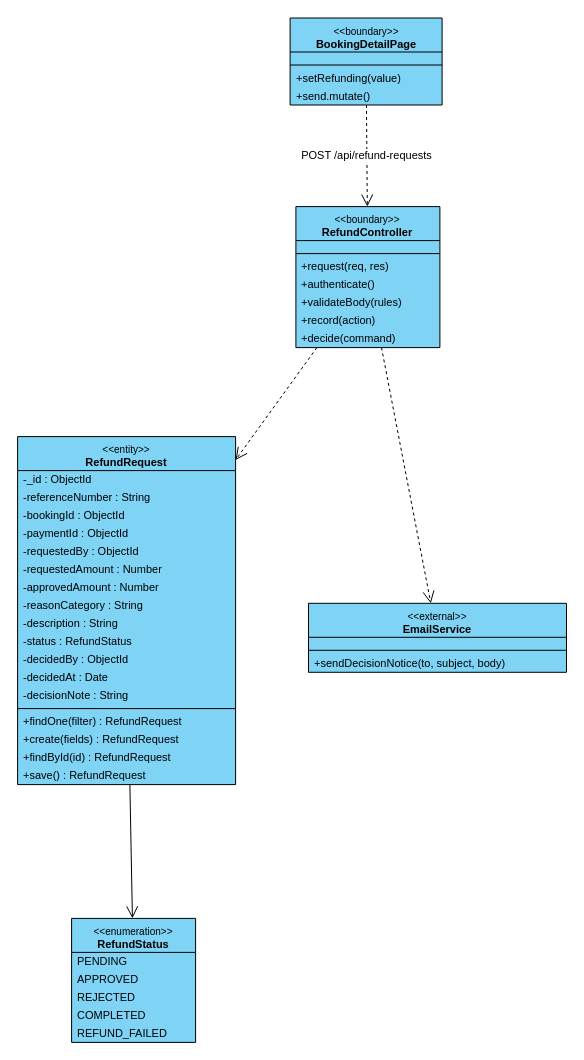
This is final/diagrams/M4_Billing-And-Payment_Diagrams/class_diagrams/CD-15_UC-C17_RequestRefund.drawio from toikobi401/SWD392, a draw.io file, before an edit. Source tidied: cells renumbered, new cells numbered last; positions are measured from the earlier drawing's top-left corner, leaving out a move shared by most shapes. Both pictures are drawn from the tidied source at 100%, with x=0, y=0 at pixel (17, 17).
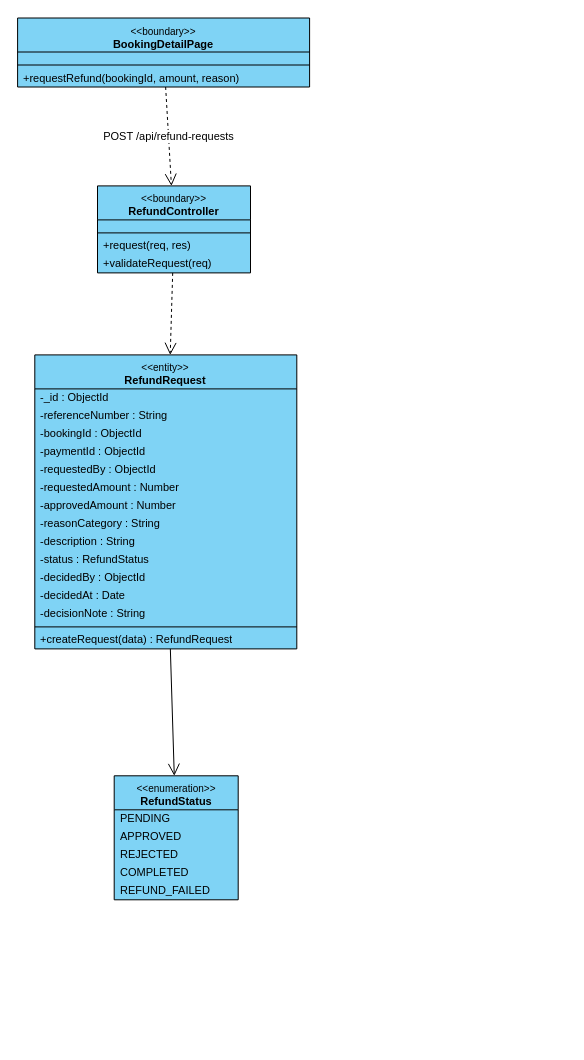
After the change.

The edit, as a diff of the source:
```diff
@@
     <mxCell id="2" value="&lt;font style=&quot;font-size:10px&quot;&gt;&amp;lt;&amp;lt;boundary&amp;gt;&amp;gt;&lt;/font&gt;&lt;br&gt;&lt;b&gt;BookingDetailPage&lt;/b&gt;" style="swimlane;fontStyle=0;align=center;verticalAlign=top;horizontal=1;startSize=34;html=1;whiteSpace=wrap;fontSize=11;fillColor=#7fd3f5;swimlaneFillColor=#7fd3f5;strokeColor=#000000;" parent="1" vertex="1">
-      <mxGeometry x="272.6" y="0.5" width="152" height="87" as="geometry" />
+      <mxGeometry x="0.1" y="0.5" width="292" height="69" as="geometry" />
     </mxCell>
     <mxCell id="3" style="text;strokeColor=none;fillColor=none;html=1;" parent="2" vertex="1">
-      <mxGeometry y="34" width="152" height="9" as="geometry" />
+      <mxGeometry y="34" width="292" height="9" as="geometry" />
     </mxCell>
     <mxCell id="4" style="line;strokeWidth=1;fillColor=none;align=left;verticalAlign=middle;spacingTop=-1;spacingLeft=3;spacingRight=3;labelPosition=right;strokeColor=#000000;" parent="2" vertex="1">
-      <mxGeometry y="43" width="152" height="8" as="geometry" />
+      <mxGeometry y="43" width="292" height="8" as="geometry" />
     </mxCell>
-    <mxCell id="5" value="+setRefunding(value)" style="text;strokeColor=none;fillColor=none;align=left;verticalAlign=middle;spacingLeft=4;spacingRight=4;overflow=hidden;whiteSpace=nowrap;html=1;fontSize=11;" parent="2" vertex="1">
-      <mxGeometry y="51" width="152" height="18" as="geometry" />
+    <mxCell id="5" value="+requestRefund(bookingId, amount, reason)" style="text;strokeColor=none;fillColor=none;align=left;verticalAlign=middle;spacingLeft=4;spacingRight=4;overflow=hidden;whiteSpace=nowrap;html=1;fontSize=11;" parent="2" vertex="1">
+      <mxGeometry y="51" width="292" height="18" as="geometry" />
     </mxCell>
-    <mxCell id="6" value="+send.mutate()" style="text;strokeColor=none;fillColor=none;align=left;verticalAlign=middle;spacingLeft=4;spacingRight=4;overflow=hidden;whiteSpace=nowrap;html=1;fontSize=11;" parent="2" vertex="1">
-      <mxGeometry y="69" width="152" height="18" as="geometry" />
-    </mxCell>
     <mxCell id="7" value="&lt;font style=&quot;font-size:10px&quot;&gt;&amp;lt;&amp;lt;boundary&amp;gt;&amp;gt;&lt;/font&gt;&lt;br&gt;&lt;b&gt;RefundController&lt;/b&gt;" style="swimlane;fontStyle=0;align=center;verticalAlign=top;horizontal=1;startSize=34;html=1;whiteSpace=wrap;fontSize=11;fillColor=#7fd3f5;swimlaneFillColor=#7fd3f5;strokeColor=#000000;" parent="1" vertex="1">
-      <mxGeometry x="278.4" y="189.1" width="144" height="141" as="geometry" />
+      <mxGeometry x="80" y="168.4" width="153" height="87" as="geometry" />
     </mxCell>
     <mxCell id="8" style="text;strokeColor=none;fillColor=none;html=1;" parent="7" vertex="1">
-      <mxGeometry y="34" width="144" height="9" as="geometry" />
+      <mxGeometry y="34" width="153" height="9" as="geometry" />
     </mxCell>
     <mxCell id="9" style="line;strokeWidth=1;fillColor=none;align=left;verticalAlign=middle;spacingTop=-1;spacingLeft=3;spacingRight=3;labelPosition=right;strokeColor=#000000;" parent="7" vertex="1">
-      <mxGeometry y="43" width="144" height="8" as="geometry" />
+      <mxGeometry y="43" width="153" height="8" as="geometry" />
     </mxCell>
     <mxCell id="10" value="+request(req, res)" style="text;strokeColor=none;fillColor=none;align=left;verticalAlign=middle;spacingLeft=4;spacingRight=4;overflow=hidden;whiteSpace=nowrap;html=1;fontSize=11;" parent="7" vertex="1">
-      <mxGeometry y="51" width="144" height="18" as="geometry" />
+      <mxGeometry y="51" width="153" height="18" as="geometry" />
     </mxCell>
-    <mxCell id="11" value="+authenticate()" style="text;strokeColor=none;fillColor=none;align=left;verticalAlign=middle;spacingLeft=4;spacingRight=4;overflow=hidden;whiteSpace=nowrap;html=1;fontSize=11;" parent="7" vertex="1">
-      <mxGeometry y="69" width="144" height="18" as="geometry" />
+    <mxCell id="11" value="+validateRequest(req)" style="text;strokeColor=none;fillColor=none;align=left;verticalAlign=middle;spacingLeft=4;spacingRight=4;overflow=hidden;whiteSpace=nowrap;html=1;fontSize=11;" parent="7" vertex="1">
+      <mxGeometry y="69" width="153" height="18" as="geometry" />
     </mxCell>
-    <mxCell id="12" value="+validateBody(rules)" style="text;strokeColor=none;fillColor=none;align=left;verticalAlign=middle;spacingLeft=4;spacingRight=4;overflow=hidden;whiteSpace=nowrap;html=1;fontSize=11;" parent="7" vertex="1">
-      <mxGeometry y="87" width="144" height="18" as="geometry" />
-    </mxCell>
-    <mxCell id="13" value="+record(action)" style="text;strokeColor=none;fillColor=none;align=left;verticalAlign=middle;spacingLeft=4;spacingRight=4;overflow=hidden;whiteSpace=nowrap;html=1;fontSize=11;" parent="7" vertex="1">
-      <mxGeometry y="105" width="144" height="18" as="geometry" />
-    </mxCell>
-    <mxCell id="14" value="+decide(command)" style="text;strokeColor=none;fillColor=none;align=left;verticalAlign=middle;spacingLeft=4;spacingRight=4;overflow=hidden;whiteSpace=nowrap;html=1;fontSize=11;" parent="7" vertex="1">
-      <mxGeometry y="123" width="144" height="18" as="geometry" />
-    </mxCell>
     <mxCell id="15" value="&lt;font style=&quot;font-size:10px&quot;&gt;&amp;lt;&amp;lt;entity&amp;gt;&amp;gt;&lt;/font&gt;&lt;br&gt;&lt;b&gt;RefundRequest&lt;/b&gt;" style="swimlane;fontStyle=0;align=center;verticalAlign=top;horizontal=1;startSize=34;html=1;whiteSpace=wrap;fontSize=11;fillColor=#7fd3f5;swimlaneFillColor=#7fd3f5;strokeColor=#000000;" parent="1" vertex="1">
-      <mxGeometry x="0.1" y="419.1" width="218" height="348" as="geometry" />
+      <mxGeometry x="17.3" y="337.4" width="262" height="294" as="geometry" />
     </mxCell>
     <mxCell id="16" value="-_id : ObjectId" style="text;strokeColor=none;fillColor=none;align=left;verticalAlign=middle;spacingLeft=4;spacingRight=4;overflow=hidden;whiteSpace=nowrap;html=1;fontSize=11;" parent="15" vertex="1">
-      <mxGeometry y="34" width="218" height="18" as="geometry" />
+      <mxGeometry y="34" width="262" height="18" as="geometry" />
     </mxCell>
     <mxCell id="17" value="-referenceNumber : String" style="text;strokeColor=none;fillColor=none;align=left;verticalAlign=middle;spacingLeft=4;spacingRight=4;overflow=hidden;whiteSpace=nowrap;html=1;fontSize=11;" parent="15" vertex="1">
-      <mxGeometry y="52" width="218" height="18" as="geometry" />
+      <mxGeometry y="52" width="262" height="18" as="geometry" />
     </mxCell>
     <mxCell id="18" value="-bookingId : ObjectId" style="text;strokeColor=none;fillColor=none;align=left;verticalAlign=middle;spacingLeft=4;spacingRight=4;overflow=hidden;whiteSpace=nowrap;html=1;fontSize=11;" parent="15" vertex="1">
-      <mxGeometry y="70" width="218" height="18" as="geometry" />
+      <mxGeometry y="70" width="262" height="18" as="geometry" />
     </mxCell>
     <mxCell id="19" value="-paymentId : ObjectId" style="text;strokeColor=none;fillColor=none;align=left;verticalAlign=middle;spacingLeft=4;spacingRight=4;overflow=hidden;whiteSpace=nowrap;html=1;fontSize=11;" parent="15" vertex="1">
-      <mxGeometry y="88" width="218" height="18" as="geometry" />
+      <mxGeometry y="88" width="262" height="18" as="geometry" />
     </mxCell>
     <mxCell id="20" value="-requestedBy : ObjectId" style="text;strokeColor=none;fillColor=none;align=left;verticalAlign=middle;spacingLeft=4;spacingRight=4;overflow=hidden;whiteSpace=nowrap;html=1;fontSize=11;" parent="15" vertex="1">
-      <mxGeometry y="106" width="218" height="18" as="geometry" />
+      <mxGeometry y="106" width="262" height="18" as="geometry" />
     </mxCell>
     <mxCell id="21" value="-requestedAmount : Number" style="text;strokeColor=none;fillColor=none;align=left;verticalAlign=middle;spacingLeft=4;spacingRight=4;overflow=hidden;whiteSpace=nowrap;html=1;fontSize=11;" parent="15" vertex="1">
-      <mxGeometry y="124" width="218" height="18" as="geometry" />
+      <mxGeometry y="124" width="262" height="18" as="geometry" />
     </mxCell>
     <mxCell id="22" value="-approvedAmount : Number" style="text;strokeColor=none;fillColor=none;align=left;verticalAlign=middle;spacingLeft=4;spacingRight=4;overflow=hidden;whiteSpace=nowrap;html=1;fontSize=11;" parent="15" vertex="1">
-      <mxGeometry y="142" width="218" height="18" as="geometry" />
+      <mxGeometry y="142" width="262" height="18" as="geometry" />
     </mxCell>
     <mxCell id="23" value="-reasonCategory : String" style="text;strokeColor=none;fillColor=none;align=left;verticalAlign=middle;spacingLeft=4;spacingRight=4;overflow=hidden;whiteSpace=nowrap;html=1;fontSize=11;" parent="15" vertex="1">
-      <mxGeometry y="160" width="218" height="18" as="geometry" />
+      <mxGeometry y="160" width="262" height="18" as="geometry" />
     </mxCell>
     <mxCell id="24" value="-description : String" style="text;strokeColor=none;fillColor=none;align=left;verticalAlign=middle;spacingLeft=4;spacingRight=4;overflow=hidden;whiteSpace=nowrap;html=1;fontSize=11;" parent="15" vertex="1">
-      <mxGeometry y="178" width="218" height="18" as="geometry" />
+      <mxGeometry y="178" width="262" height="18" as="geometry" />
     </mxCell>
     <mxCell id="25" value="-status : RefundStatus" style="text;strokeColor=none;fillColor=none;align=left;verticalAlign=middle;spacingLeft=4;spacingRight=4;overflow=hidden;whiteSpace=nowrap;html=1;fontSize=11;" parent="15" vertex="1">
-      <mxGeometry y="196" width="218" height="18" as="geometry" />
+      <mxGeometry y="196" width="262" height="18" as="geometry" />
     </mxCell>
     <mxCell id="26" value="-decidedBy : ObjectId" style="text;strokeColor=none;fillColor=none;align=left;verticalAlign=middle;spacingLeft=4;spacingRight=4;overflow=hidden;whiteSpace=nowrap;html=1;fontSize=11;" parent="15" vertex="1">
-      <mxGeometry y="214" width="218" height="18" as="geometry" />
+      <mxGeometry y="214" width="262" height="18" as="geometry" />
     </mxCell>
     <mxCell id="27" value="-decidedAt : Date" style="text;strokeColor=none;fillColor=none;align=left;verticalAlign=middle;spacingLeft=4;spacingRight=4;overflow=hidden;whiteSpace=nowrap;html=1;fontSize=11;" parent="15" vertex="1">
-      <mxGeometry y="232" width="218" height="18" as="geometry" />
+      <mxGeometry y="232" width="262" height="18" as="geometry" />
     </mxCell>
     <mxCell id="28" value="-decisionNote : String" style="text;strokeColor=none;fillColor=none;align=left;verticalAlign=middle;spacingLeft=4;spacingRight=4;overflow=hidden;whiteSpace=nowrap;html=1;fontSize=11;" parent="15" vertex="1">
-      <mxGeometry y="250" width="218" height="18" as="geometry" />
+      <mxGeometry y="250" width="262" height="18" as="geometry" />
     </mxCell>
     <mxCell id="29" style="line;strokeWidth=1;fillColor=none;align=left;verticalAlign=middle;spacingTop=-1;spacingLeft=3;spacingRight=3;labelPosition=right;strokeColor=#000000;" parent="15" vertex="1">
-      <mxGeometry y="268" width="218" height="8" as="geometry" />
+      <mxGeometry y="268" width="262" height="8" as="geometry" />
     </mxCell>
-    <mxCell id="30" value="+findOne(filter) : RefundRequest" style="text;strokeColor=none;fillColor=none;align=left;verticalAlign=middle;spacingLeft=4;spacingRight=4;overflow=hidden;whiteSpace=nowrap;html=1;fontSize=11;" parent="15" vertex="1">
-      <mxGeometry y="276" width="218" height="18" as="geometry" />
+    <mxCell id="30" value="+createRequest(data) : RefundRequest" style="text;strokeColor=none;fillColor=none;align=left;verticalAlign=middle;spacingLeft=4;spacingRight=4;overflow=hidden;whiteSpace=nowrap;html=1;fontSize=11;" parent="15" vertex="1">
+      <mxGeometry y="276" width="262" height="18" as="geometry" />
     </mxCell>
-    <mxCell id="31" value="+create(fields) : RefundRequest" style="text;strokeColor=none;fillColor=none;align=left;verticalAlign=middle;spacingLeft=4;spacingRight=4;overflow=hidden;whiteSpace=nowrap;html=1;fontSize=11;" parent="15" vertex="1">
-      <mxGeometry y="294" width="218" height="18" as="geometry" />
-    </mxCell>
-    <mxCell id="32" value="+findById(id) : RefundRequest" style="text;strokeColor=none;fillColor=none;align=left;verticalAlign=middle;spacingLeft=4;spacingRight=4;overflow=hidden;whiteSpace=nowrap;html=1;fontSize=11;" parent="15" vertex="1">
-      <mxGeometry y="312" width="218" height="18" as="geometry" />
-    </mxCell>
-    <mxCell id="33" value="+save() : RefundRequest" style="text;strokeColor=none;fillColor=none;align=left;verticalAlign=middle;spacingLeft=4;spacingRight=4;overflow=hidden;whiteSpace=nowrap;html=1;fontSize=11;" parent="15" vertex="1">
-      <mxGeometry y="330" width="218" height="18" as="geometry" />
-    </mxCell>
-    <mxCell id="34" value="&lt;font style=&quot;font-size:10px&quot;&gt;&amp;lt;&amp;lt;external&amp;gt;&amp;gt;&lt;/font&gt;&lt;br&gt;&lt;b&gt;EmailService&lt;/b&gt;" style="swimlane;fontStyle=0;align=center;verticalAlign=top;horizontal=1;startSize=34;html=1;whiteSpace=wrap;fontSize=11;fillColor=#7fd3f5;swimlaneFillColor=#7fd3f5;strokeColor=#000000;" parent="1" vertex="1">
-      <mxGeometry x="291" y="585.8" width="258" height="69" as="geometry" />
-    </mxCell>
-    <mxCell id="35" style="text;strokeColor=none;fillColor=none;html=1;" parent="34" vertex="1">
-      <mxGeometry y="34" width="258" height="9" as="geometry" />
-    </mxCell>
-    <mxCell id="36" style="line;strokeWidth=1;fillColor=none;align=left;verticalAlign=middle;spacingTop=-1;spacingLeft=3;spacingRight=3;labelPosition=right;strokeColor=#000000;" parent="34" vertex="1">
-      <mxGeometry y="43" width="258" height="8" as="geometry" />
-    </mxCell>
-    <mxCell id="37" value="+sendDecisionNotice(to, subject, body)" style="text;strokeColor=none;fillColor=none;align=left;verticalAlign=middle;spacingLeft=4;spacingRight=4;overflow=hidden;whiteSpace=nowrap;html=1;fontSize=11;" parent="34" vertex="1">
-      <mxGeometry y="51" width="258" height="18" as="geometry" />
-    </mxCell>
     <mxCell id="38" value="&lt;font style=&quot;font-size:10px&quot;&gt;&amp;lt;&amp;lt;enumeration&amp;gt;&amp;gt;&lt;/font&gt;&lt;br&gt;&lt;b&gt;RefundStatus&lt;/b&gt;" style="swimlane;fontStyle=0;align=center;verticalAlign=top;horizontal=1;startSize=34;html=1;whiteSpace=wrap;fontSize=11;fillColor=#7fd3f5;swimlaneFillColor=#7fd3f5;strokeColor=#000000;" parent="1" vertex="1">
-      <mxGeometry x="54.1" y="900.9" width="124" height="124" as="geometry" />
+      <mxGeometry x="96.7" y="758.3" width="124" height="124" as="geometry" />
     </mxCell>
@@
-    <mxCell id="46" style="html=1;rounded=0;fontSize=11;labelBackgroundColor=#ffffff;dashed=1;endArrow=open;endSize=10;" parent="1" edge="1" source="7" target="34">
+    <mxCell id="46" style="html=1;rounded=0;fontSize=11;labelBackgroundColor=#ffffff;endArrow=open;endSize=10;" parent="1" edge="1" source="15" target="38">
       <mxGeometry relative="1" as="geometry" />
     </mxCell>
-    <mxCell id="47" style="html=1;rounded=0;fontSize=11;labelBackgroundColor=#ffffff;endArrow=open;endSize=10;" parent="1" edge="1" source="15" target="38">
-      <mxGeometry relative="1" as="geometry" />
-    </mxCell>
```
